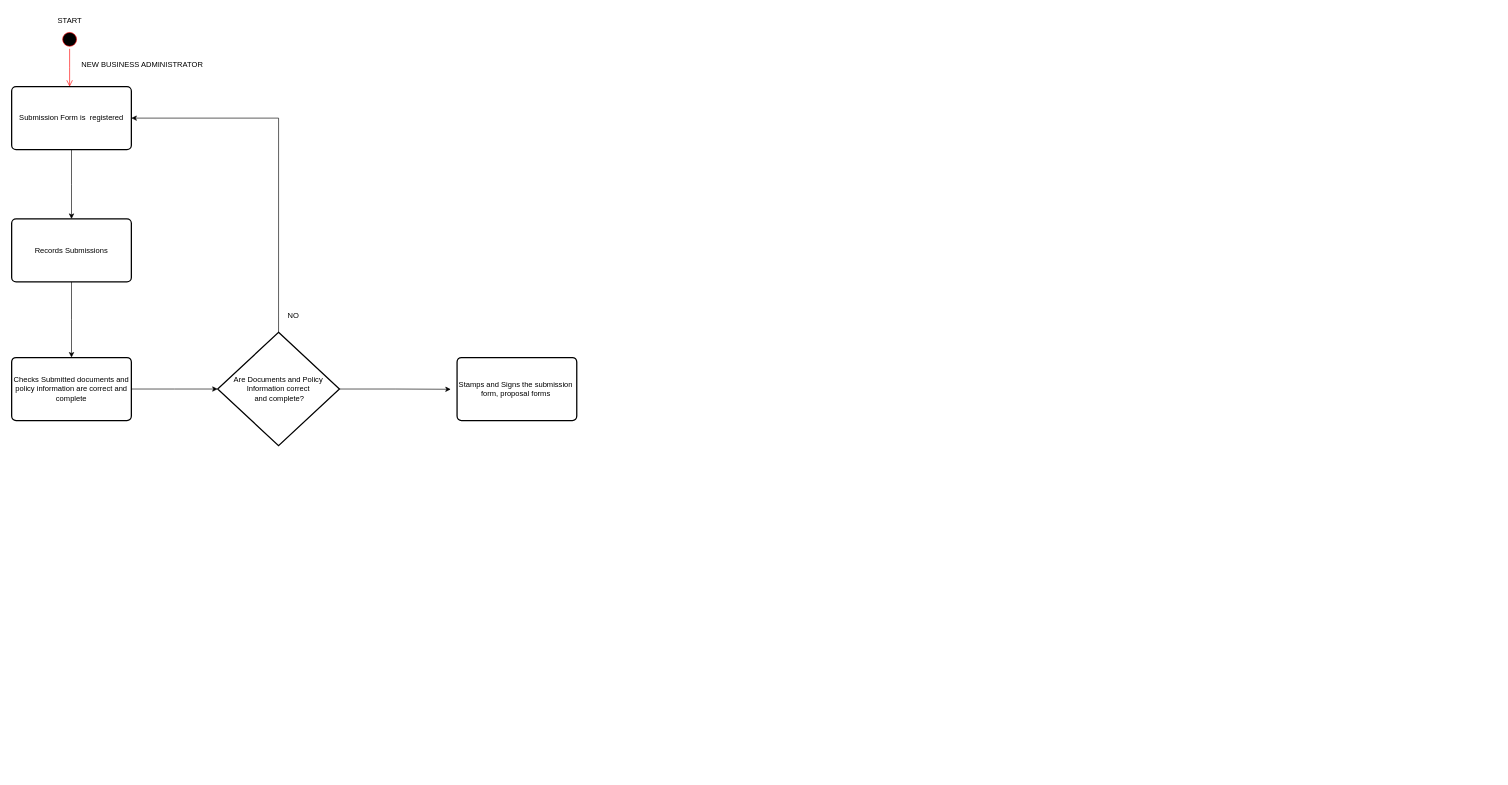
This is 19.drawio from mokaty1818795/ticketing, a draw.io file, before an edit. Source tidied: cells renumbered, new cells numbered last; positions are measured from the earlier drawing's top-left corner, leaving out a move shared by most shapes. Both pictures are drawn from the tidied source at 63%, with x=0, y=0 at pixel (11, 11).
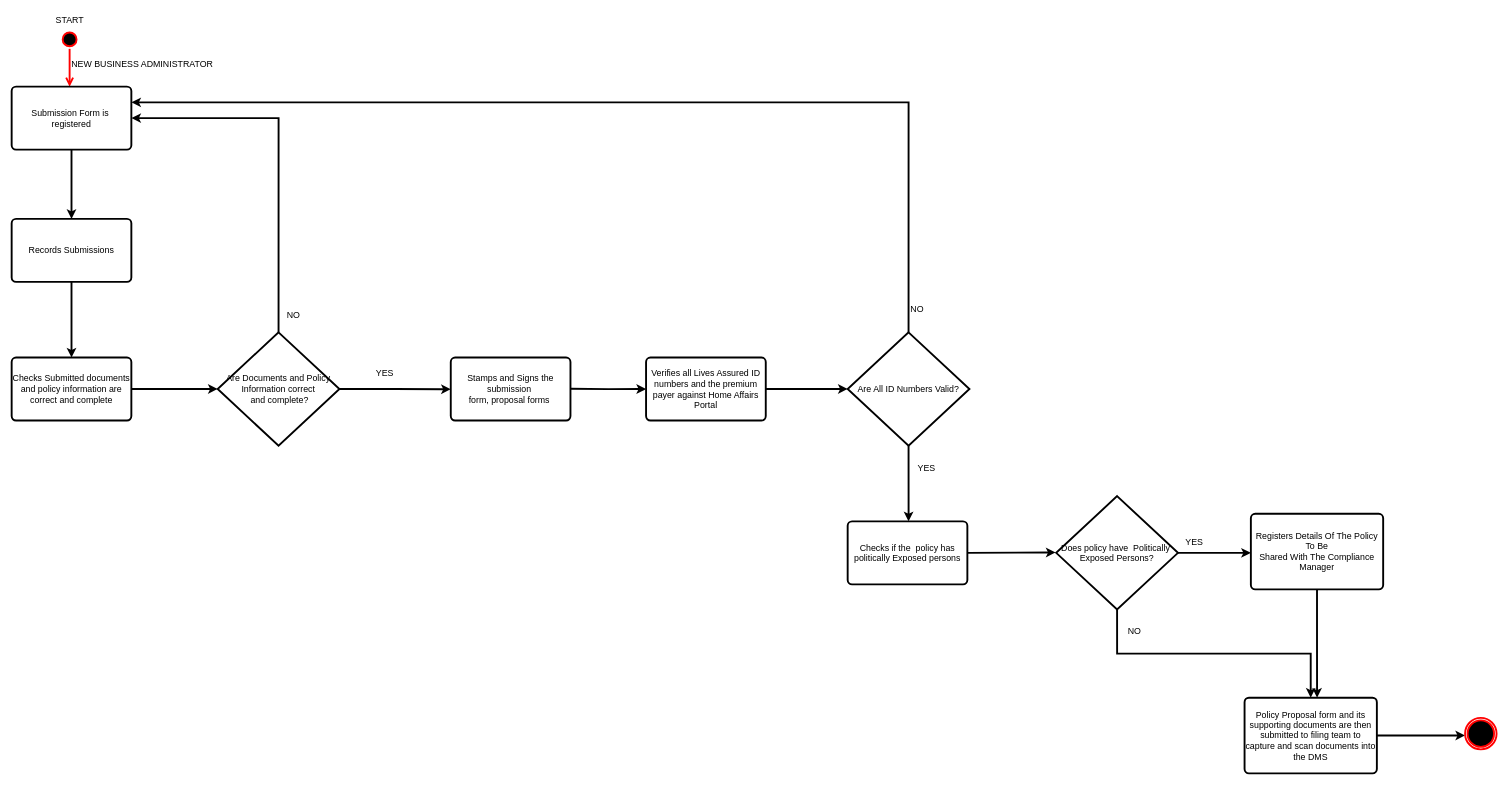
The same page after the edit.

What changed in the source:
```diff
@@
-    <mxCell id="2" style="ellipse;html=1;shape=startState;fillColor=#000000;strokeColor=#ff0000;" parent="1" vertex="1">
+    <mxCell id="2" style="ellipse;html=1;shape=startState;fillColor=#000000;strokeColor=#ff0000;strokeWidth=3;fontSize=14;" parent="1" vertex="1">
       <mxGeometry x="77" y="30" width="30" height="30" as="geometry" />
     </mxCell>
-    <mxCell id="3" style="edgeStyle=orthogonalEdgeStyle;html=1;verticalAlign=bottom;endArrow=open;endSize=8;strokeColor=#ff0000;rounded=0;" parent="1" edge="1" source="2">
+    <mxCell id="3" style="edgeStyle=orthogonalEdgeStyle;html=1;verticalAlign=bottom;endArrow=open;endSize=8;strokeColor=#ff0000;rounded=0;strokeWidth=3;fontSize=14;" parent="1" edge="1" source="2">
       <mxGeometry relative="1" as="geometry">
         <mxPoint x="92" y="120" as="targetPoint" />
       </mxGeometry>
     </mxCell>
-    <mxCell id="4" value="START" style="text;html=1;align=center;verticalAlign=middle;strokeColor=none;fillColor=none;" parent="1" vertex="1">
-      <mxGeometry x="62" width="60" height="30" as="geometry" />
+    <mxCell id="4" value="START" style="text;html=1;align=center;verticalAlign=middle;strokeColor=none;fillColor=none;strokeWidth=3;fontSize=14;" parent="1" vertex="1">
+      <mxGeometry x="57" width="70" height="30" as="geometry" />
     </mxCell>
-    <mxCell id="5" value="NEW BUSINESS ADMINISTRATOR" style="text;html=1;align=center;verticalAlign=middle;strokeColor=none;fillColor=none;" parent="1" vertex="1">
-      <mxGeometry x="97" y="70" width="220" height="30" as="geometry" />
+    <mxCell id="5" value="NEW BUSINESS ADMINISTRATOR" style="text;html=1;align=center;verticalAlign=middle;strokeColor=none;fillColor=none;strokeWidth=3;fontSize=14;" parent="1" vertex="1">
+      <mxGeometry x="82" y="70" width="250" height="30" as="geometry" />
     </mxCell>
-    <mxCell id="6" style="edgeStyle=orthogonalEdgeStyle;rounded=0;jettySize=auto;html=1;exitX=0.5;exitY=1;exitDx=0;exitDy=0;" parent="1" edge="1" source="7">
+    <mxCell id="6" style="edgeStyle=orthogonalEdgeStyle;rounded=0;jettySize=auto;html=1;exitX=0.5;exitY=1;exitDx=0;exitDy=0;strokeWidth=3;fontSize=14;" parent="1" edge="1" source="7">
       <mxGeometry relative="1" as="geometry">
         <mxPoint x="95" y="330" as="targetPoint" />
       </mxGeometry>
     </mxCell>
-    <mxCell id="7" value="Submission Form is&amp;nbsp; registered" style="rounded=1;whiteSpace=wrap;html=1;absoluteArcSize=1;arcSize=14;strokeWidth=2;" parent="1" vertex="1">
+    <mxCell id="7" value="Submission Form is&amp;nbsp; registered" style="rounded=1;whiteSpace=wrap;html=1;absoluteArcSize=1;arcSize=14;strokeWidth=3;fontSize=14;" parent="1" vertex="1">
       <mxGeometry y="120" width="190" height="100" as="geometry" />
     </mxCell>
-    <mxCell id="8" style="edgeStyle=orthogonalEdgeStyle;rounded=0;jettySize=auto;html=1;exitX=0.5;exitY=1;exitDx=0;exitDy=0;" parent="1" edge="1" source="9">
+    <mxCell id="8" style="edgeStyle=orthogonalEdgeStyle;rounded=0;jettySize=auto;html=1;exitX=0.5;exitY=1;exitDx=0;exitDy=0;strokeWidth=3;fontSize=14;" parent="1" edge="1" source="9">
       <mxGeometry relative="1" as="geometry">
         <mxPoint x="95" y="550" as="targetPoint" />
       </mxGeometry>
     </mxCell>
-    <mxCell id="9" value="Records Submissions" style="rounded=1;whiteSpace=wrap;html=1;absoluteArcSize=1;arcSize=14;strokeWidth=2;" parent="1" vertex="1">
+    <mxCell id="9" value="Records Submissions" style="rounded=1;whiteSpace=wrap;html=1;absoluteArcSize=1;arcSize=14;strokeWidth=3;fontSize=14;" parent="1" vertex="1">
       <mxGeometry y="330" width="190" height="100" as="geometry" />
     </mxCell>
-    <mxCell id="10" style="edgeStyle=orthogonalEdgeStyle;rounded=0;jettySize=auto;html=1;exitX=1;exitY=0.5;exitDx=0;exitDy=0;" parent="1" edge="1" source="11">
+    <mxCell id="10" style="edgeStyle=orthogonalEdgeStyle;rounded=0;jettySize=auto;html=1;exitX=1;exitY=0.5;exitDx=0;exitDy=0;strokeWidth=3;fontSize=14;" parent="1" edge="1" source="11">
       <mxGeometry relative="1" as="geometry">
         <mxPoint x="327" y="600" as="targetPoint" />
       </mxGeometry>
     </mxCell>
-    <mxCell id="11" value="Checks Submitted documents and policy information are correct and complete" style="rounded=1;whiteSpace=wrap;html=1;absoluteArcSize=1;arcSize=14;strokeWidth=2;" parent="1" vertex="1">
+    <mxCell id="11" value="Checks Submitted documents and policy information are correct and complete" style="rounded=1;whiteSpace=wrap;html=1;absoluteArcSize=1;arcSize=14;strokeWidth=3;fontSize=14;" parent="1" vertex="1">
       <mxGeometry y="550" width="190" height="100" as="geometry" />
     </mxCell>
-    <mxCell id="12" style="edgeStyle=orthogonalEdgeStyle;rounded=0;jettySize=auto;html=1;exitX=0.5;exitY=0;exitDx=0;exitDy=0;exitPerimeter=0;entryX=1;entryY=0.5;entryDx=0;entryDy=0;" parent="1" edge="1" source="14" target="7">
+    <mxCell id="12" style="edgeStyle=orthogonalEdgeStyle;rounded=0;jettySize=auto;html=1;exitX=0.5;exitY=0;exitDx=0;exitDy=0;exitPerimeter=0;entryX=1;entryY=0.5;entryDx=0;entryDy=0;strokeWidth=3;fontSize=14;" parent="1" edge="1" source="14" target="7">
       <mxGeometry relative="1" as="geometry" />
     </mxCell>
-    <mxCell id="13" style="edgeStyle=orthogonalEdgeStyle;rounded=0;jettySize=auto;html=1;exitX=1;exitY=0.5;exitDx=0;exitDy=0;exitPerimeter=0;" parent="1" edge="1" source="14">
+    <mxCell id="13" style="edgeStyle=orthogonalEdgeStyle;rounded=0;jettySize=auto;html=1;exitX=1;exitY=0.5;exitDx=0;exitDy=0;exitPerimeter=0;strokeWidth=3;fontSize=14;" parent="1" edge="1" source="14">
       <mxGeometry relative="1" as="geometry">
         <mxPoint x="697" y="600.4" as="targetPoint" />
       </mxGeometry>
     </mxCell>
-    <mxCell id="14" value="Are Documents and Policy Information correct&lt;br&gt;&amp;nbsp;and complete?" style="strokeWidth=2;html=1;shape=mxgraph.flowchart.decision;whiteSpace=wrap;" parent="1" vertex="1">
+    <mxCell id="14" value="Are Documents and Policy Information correct&lt;br style=&quot;font-size: 14px;&quot;&gt;&amp;nbsp;and complete?" style="strokeWidth=3;html=1;shape=mxgraph.flowchart.decision;whiteSpace=wrap;fontSize=14;" parent="1" vertex="1">
       <mxGeometry x="327" y="510" width="193.3" height="180" as="geometry" />
     </mxCell>
-    <mxCell id="15" value="NO" style="text;html=1;align=center;verticalAlign=middle;strokeColor=none;fillColor=none;" parent="1" vertex="1">
+    <mxCell id="15" value="NO" style="text;html=1;align=center;verticalAlign=middle;strokeColor=none;fillColor=none;strokeWidth=3;fontSize=14;" parent="1" vertex="1">
       <mxGeometry x="427" y="468" width="40" height="30" as="geometry" />
     </mxCell>
-    <mxCell id="16" value="Stamps and Signs the submission&amp;nbsp;&lt;br&gt;form, proposal forms&amp;nbsp;" style="rounded=1;whiteSpace=wrap;html=1;absoluteArcSize=1;arcSize=14;strokeWidth=2;" parent="1" vertex="1">
-      <mxGeometry x="707" y="550" width="190" height="100" as="geometry" />
+    <mxCell id="16" value="Stamps and Signs the submission&amp;nbsp;&lt;br style=&quot;font-size: 14px;&quot;&gt;form, proposal forms&amp;nbsp;" style="rounded=1;whiteSpace=wrap;html=1;absoluteArcSize=1;arcSize=14;strokeWidth=3;fontSize=14;" parent="1" vertex="1">
+      <mxGeometry x="697" y="550" width="190" height="100" as="geometry" />
     </mxCell>
+    <mxCell id="17" value="YES" style="text;html=1;align=center;verticalAlign=middle;strokeColor=none;fillColor=none;strokeWidth=3;fontSize=14;" parent="1" vertex="1">
+      <mxGeometry x="567" y="560" width="50" height="30" as="geometry" />
+    </mxCell>
+    <mxCell id="18" style="edgeStyle=orthogonalEdgeStyle;rounded=0;jettySize=auto;html=1;exitX=1;exitY=0.5;exitDx=0;exitDy=0;strokeWidth=3;fontSize=14;" parent="1" edge="1" source="19">
+      <mxGeometry relative="1" as="geometry">
+        <mxPoint x="1327" y="600" as="targetPoint" />
+      </mxGeometry>
+    </mxCell>
+    <mxCell id="19" value="Verifies all Lives Assured ID numbers and the premium payer against Home Affairs Portal" style="rounded=1;whiteSpace=wrap;html=1;absoluteArcSize=1;arcSize=14;strokeWidth=3;fontSize=14;" parent="1" vertex="1">
+      <mxGeometry x="1007" y="550" width="190" height="100" as="geometry" />
+    </mxCell>
+    <mxCell id="20" style="edgeStyle=orthogonalEdgeStyle;rounded=0;orthogonalLoop=1;jettySize=auto;html=1;exitX=1;exitY=0.5;exitDx=0;exitDy=0;exitPerimeter=0;strokeWidth=3;fontSize=14;" parent="1" edge="1">
+      <mxGeometry relative="1" as="geometry">
+        <mxPoint x="887" y="599.6" as="sourcePoint" />
+        <mxPoint x="1007" y="600" as="targetPoint" />
+      </mxGeometry>
+    </mxCell>
+    <mxCell id="21" style="edgeStyle=orthogonalEdgeStyle;rounded=0;jettySize=auto;html=1;exitX=0.5;exitY=0;exitDx=0;exitDy=0;exitPerimeter=0;entryX=1;entryY=0.25;entryDx=0;entryDy=0;strokeWidth=3;fontSize=14;" parent="1" edge="1" source="23" target="7">
+      <mxGeometry relative="1" as="geometry" />
+    </mxCell>
+    <mxCell id="22" style="edgeStyle=orthogonalEdgeStyle;rounded=0;jettySize=auto;html=1;exitX=0.5;exitY=1;exitDx=0;exitDy=0;exitPerimeter=0;strokeWidth=3;fontSize=14;" parent="1" edge="1" source="23" target="26">
+      <mxGeometry relative="1" as="geometry">
+        <Array as="points">
+          <mxPoint x="1424" y="770" />
+          <mxPoint x="1424" y="770" />
+        </Array>
+      </mxGeometry>
+    </mxCell>
+    <mxCell id="23" value="Are All ID Numbers Valid?" style="strokeWidth=3;html=1;shape=mxgraph.flowchart.decision;whiteSpace=wrap;fontSize=14;" parent="1" vertex="1">
+      <mxGeometry x="1327" y="510" width="193.3" height="180" as="geometry" />
+    </mxCell>
+    <mxCell id="24" value="NO" style="text;html=1;align=center;verticalAlign=middle;strokeColor=none;fillColor=none;strokeWidth=3;fontSize=14;" parent="1" vertex="1">
+      <mxGeometry x="1417" y="458" width="40" height="30" as="geometry" />
+    </mxCell>
+    <mxCell id="25" style="edgeStyle=orthogonalEdgeStyle;rounded=0;jettySize=auto;html=1;exitX=1;exitY=0.5;exitDx=0;exitDy=0;strokeWidth=3;fontSize=14;" parent="1" edge="1" source="26">
+      <mxGeometry relative="1" as="geometry">
+        <mxPoint x="1657" y="859.5" as="targetPoint" />
+      </mxGeometry>
+    </mxCell>
+    <mxCell id="26" value="Checks if the&amp;nbsp; policy has politically Exposed persons" style="rounded=1;whiteSpace=wrap;html=1;absoluteArcSize=1;arcSize=14;strokeWidth=3;fontSize=14;" parent="1" vertex="1">
+      <mxGeometry x="1327" y="810" width="190" height="100" as="geometry" />
+    </mxCell>
+    <mxCell id="27" value="YES" style="text;html=1;align=center;verticalAlign=middle;strokeColor=none;fillColor=none;strokeWidth=3;fontSize=14;" parent="1" vertex="1">
+      <mxGeometry x="1427" y="710" width="50" height="30" as="geometry" />
+    </mxCell>
+    <mxCell id="28" style="edgeStyle=orthogonalEdgeStyle;rounded=0;jettySize=auto;html=1;exitX=1;exitY=0.5;exitDx=0;exitDy=0;exitPerimeter=0;strokeWidth=3;fontSize=14;" parent="1" edge="1" source="30">
+      <mxGeometry relative="1" as="geometry">
+        <mxPoint x="1967" y="860" as="targetPoint" />
+      </mxGeometry>
+    </mxCell>
+    <mxCell id="29" style="edgeStyle=orthogonalEdgeStyle;rounded=0;jettySize=auto;html=1;exitX=0.5;exitY=1;exitDx=0;exitDy=0;exitPerimeter=0;strokeWidth=3;fontSize=14;" parent="1" edge="1" source="30" target="36">
+      <mxGeometry relative="1" as="geometry" />
+    </mxCell>
+    <mxCell id="30" value="Does policy have&amp;nbsp; Politically&amp;nbsp;&lt;br style=&quot;font-size: 14px;&quot;&gt;Exposed Persons?" style="strokeWidth=3;html=1;shape=mxgraph.flowchart.decision;whiteSpace=wrap;fontSize=14;" parent="1" vertex="1">
+      <mxGeometry x="1658" y="770" width="193.3" height="180" as="geometry" />
+    </mxCell>
+    <mxCell id="31" value="YES" style="text;html=1;align=center;verticalAlign=middle;strokeColor=none;fillColor=none;strokeWidth=3;fontSize=14;" parent="1" vertex="1">
+      <mxGeometry x="1852" y="828" width="50" height="30" as="geometry" />
+    </mxCell>
+    <mxCell id="32" value="NO" style="text;html=1;align=center;verticalAlign=middle;strokeColor=none;fillColor=none;strokeWidth=3;fontSize=14;" parent="1" vertex="1">
+      <mxGeometry x="1762" y="970" width="40" height="30" as="geometry" />
+    </mxCell>
+    <mxCell id="33" style="edgeStyle=orthogonalEdgeStyle;rounded=0;jettySize=auto;html=1;exitX=0.5;exitY=1;exitDx=0;exitDy=0;strokeWidth=3;fontSize=14;" parent="1" edge="1" source="34">
+      <mxGeometry relative="1" as="geometry">
+        <mxPoint x="2072.1" y="1090" as="targetPoint" />
+      </mxGeometry>
+    </mxCell>
+    <mxCell id="34" value="Registers Details Of The Policy To Be&lt;br style=&quot;font-size: 14px;&quot;&gt;Shared With The Compliance&lt;br style=&quot;font-size: 14px;&quot;&gt;Manager" style="rounded=1;whiteSpace=wrap;html=1;absoluteArcSize=1;arcSize=14;strokeWidth=3;fontSize=14;" parent="1" vertex="1">
+      <mxGeometry x="1967" y="798" width="210" height="120" as="geometry" />
+    </mxCell>
+    <mxCell id="35" style="edgeStyle=orthogonalEdgeStyle;rounded=0;jettySize=auto;html=1;exitX=1;exitY=0.5;exitDx=0;exitDy=0;strokeWidth=3;fontSize=14;" parent="1" edge="1" source="36">
+      <mxGeometry relative="1" as="geometry">
+        <mxPoint x="2307" y="1149.9" as="targetPoint" />
+      </mxGeometry>
+    </mxCell>
+    <mxCell id="36" value="Policy Proposal form and its supporting documents are then submitted to filing team to capture and scan documents into the DMS" style="rounded=1;whiteSpace=wrap;html=1;absoluteArcSize=1;arcSize=14;strokeWidth=3;fontSize=14;" parent="1" vertex="1">
+      <mxGeometry x="1957" y="1090" width="210" height="120" as="geometry" />
+    </mxCell>
+    <mxCell id="37" style="ellipse;html=1;shape=endState;fillColor=#000000;strokeColor=#ff0000;strokeWidth=3;fontSize=14;" parent="1" vertex="1">
+      <mxGeometry x="2307" y="1122" width="50" height="50" as="geometry" />
+    </mxCell>
```
